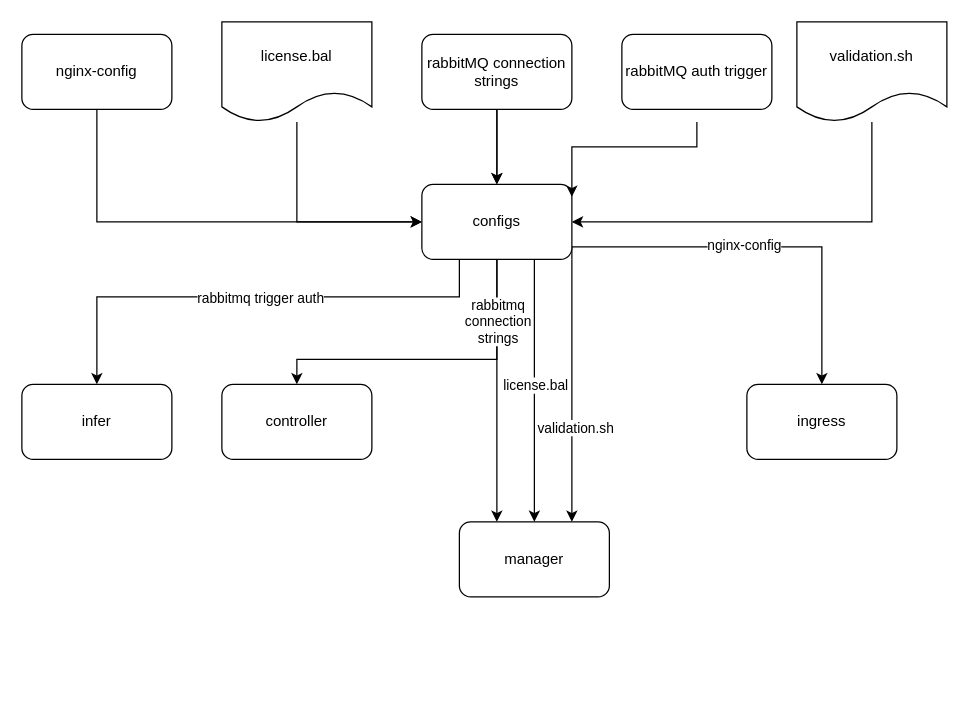
fredyeah/diagrams keeps this draw.io diagram as ssot-tf-modules.drawio. Above is the earlier version. Source tidied: cells renumbered, new cells numbered last; positions are measured from the earlier drawing's top-left corner, leaving out a move shared by most shapes. Both pictures are drawn from the tidied source at 125%, with x=0, y=0 at pixel (21, 21).
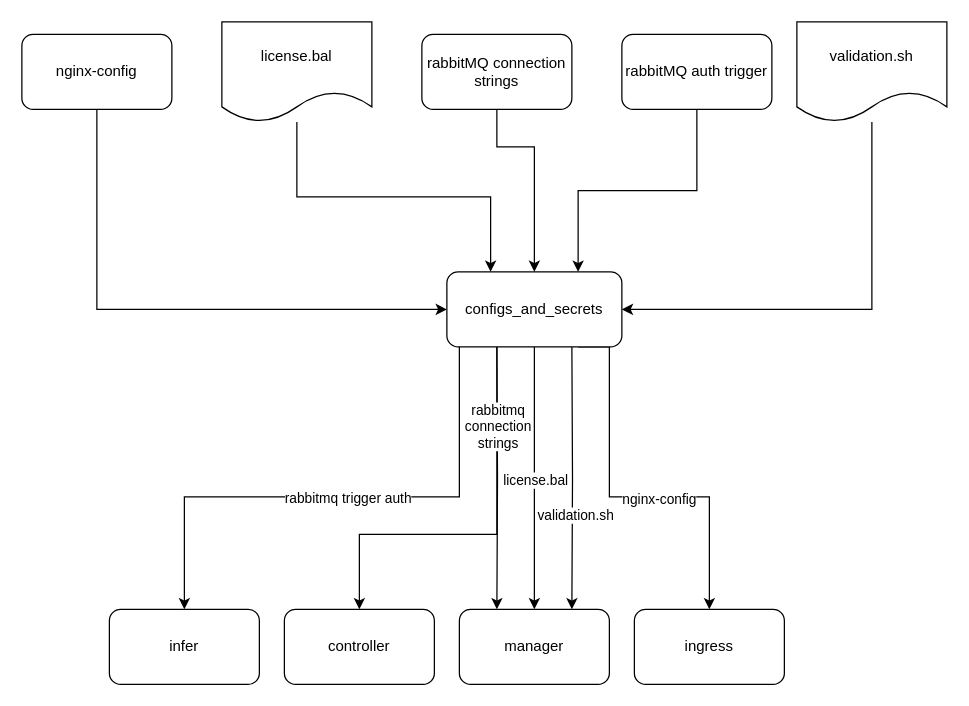
After the change.

The change refers to these unchanged cells:
```xml
<mxCell id="4" value="rabbitMQ connection strings" style="rounded=1;whiteSpace=wrap;html=1;" parent="1" vertex="1">
  <mxGeometry x="320" y="10" width="120" height="60" as="geometry" />
</mxCell>
<mxCell id="21" value="license.bal" style="shape=document;whiteSpace=wrap;html=1;boundedLbl=1;" parent="1" vertex="1">
  <mxGeometry x="160" width="120" height="80" as="geometry" />
</mxCell>
<mxCell id="23" value="validation.sh" style="shape=document;whiteSpace=wrap;html=1;boundedLbl=1;" parent="1" vertex="1">
  <mxGeometry x="620" width="120" height="80" as="geometry" />
</mxCell>
<mxCell id="25" value="nginx-config" style="rounded=1;whiteSpace=wrap;html=1;" parent="1" vertex="1">
  <mxGeometry y="10" width="120" height="60" as="geometry" />
</mxCell>
<mxCell id="28" value="rabbitMQ auth trigger" style="rounded=1;whiteSpace=wrap;html=1;" parent="1" vertex="1">
  <mxGeometry x="480" y="10" width="120" height="60" as="geometry" />
</mxCell>
```

The edit, as a diff of the source:
```diff
@@
-    <mxCell id="2" style="edgeStyle=orthogonalEdgeStyle;rounded=0;jettySize=auto;html=1;entryX=0.5;entryY=0;entryDx=0;entryDy=0;" parent="1" edge="1" source="4" target="16">
-      <mxGeometry relative="1" as="geometry" />
-    </mxCell>
-    <mxCell id="3" style="edgeStyle=orthogonalEdgeStyle;rounded=0;jettySize=auto;html=1;" parent="1" edge="1" source="4" target="16">
-      <mxGeometry relative="1" as="geometry" />
-    </mxCell>
+    <mxCell id="29" style="edgeStyle=orthogonalEdgeStyle;rounded=0;jettySize=auto;html=1;entryX=0.5;entryY=0;entryDx=0;entryDy=0;" parent="1" edge="1" source="4" target="35">
+      <mxGeometry relative="1" as="geometry">
+        <Array as="points">
+          <mxPoint x="380" y="100" />
+          <mxPoint x="410" y="100" />
+        </Array>
+      </mxGeometry>
+    </mxCell>
@@
-    <mxCell id="5" style="edgeStyle=orthogonalEdgeStyle;rounded=0;jettySize=auto;html=1;entryX=0.25;entryY=0;entryDx=0;entryDy=0;" parent="1" edge="1" source="16" target="18">
-      <mxGeometry relative="1" as="geometry" />
+    <mxCell id="5" style="edgeStyle=orthogonalEdgeStyle;rounded=0;jettySize=auto;html=1;entryX=0.25;entryY=0;entryDx=0;entryDy=0;" parent="1" edge="1" target="18">
+      <mxGeometry relative="1" as="geometry">
+        <mxPoint x="380" y="260" as="sourcePoint" />
+      </mxGeometry>
     </mxCell>
-    <mxCell id="6" style="edgeStyle=orthogonalEdgeStyle;rounded=0;jettySize=auto;html=1;entryX=0.5;entryY=0;entryDx=0;entryDy=0;" parent="1" edge="1" source="16" target="17">
+    <mxCell id="6" style="edgeStyle=orthogonalEdgeStyle;rounded=0;jettySize=auto;html=1;entryX=0.5;entryY=0;entryDx=0;entryDy=0;" parent="1" edge="1" target="17">
       <mxGeometry relative="1" as="geometry">
+        <mxPoint x="380" y="260" as="sourcePoint" />
         <Array as="points">
-          <mxPoint x="380" y="270" />
-          <mxPoint x="220" y="270" />
+          <mxPoint x="380" y="410" />
+          <mxPoint x="270" y="410" />
         </Array>
       </mxGeometry>
     </mxCell>
@@
-    <mxCell id="8" style="edgeStyle=orthogonalEdgeStyle;rounded=0;jettySize=auto;html=1;entryX=0.5;entryY=0;entryDx=0;entryDy=0;" parent="1" edge="1" source="16" target="26">
+    <mxCell id="8" style="edgeStyle=orthogonalEdgeStyle;rounded=0;jettySize=auto;html=1;entryX=0.5;entryY=0;entryDx=0;entryDy=0;" parent="1" edge="1" target="26">
       <mxGeometry relative="1" as="geometry">
+        <mxPoint x="350" y="260" as="sourcePoint" />
         <Array as="points">
-          <mxPoint x="350" y="220" />
-          <mxPoint x="60" y="220" />
+          <mxPoint x="350" y="380" />
+          <mxPoint x="130" y="380" />
         </Array>
       </mxGeometry>
     </mxCell>
@@
-    <mxCell id="10" style="edgeStyle=orthogonalEdgeStyle;rounded=0;orthogonalLoop=1;jettySize=auto;html=1;entryX=0.5;entryY=0;entryDx=0;entryDy=0;exitX=0.75;exitY=1;exitDx=0;exitDy=0;" parent="1" edge="1">
+    <mxCell id="10" style="edgeStyle=orthogonalEdgeStyle;rounded=0;orthogonalLoop=1;jettySize=auto;html=1;entryX=0.5;entryY=0;entryDx=0;entryDy=0;" parent="1" edge="1">
       <mxGeometry relative="1" as="geometry">
-        <mxPoint x="400" y="190" as="sourcePoint" />
-        <mxPoint x="410" y="400" as="targetPoint" />
+        <mxPoint x="410" y="260" as="sourcePoint" />
+        <mxPoint x="410" y="470" as="targetPoint" />
         <Array as="points">
-          <mxPoint x="410" y="190" />
+          <mxPoint x="410" y="260" />
         </Array>
       </mxGeometry>
     </mxCell>
@@
-    <mxCell id="12" style="edgeStyle=orthogonalEdgeStyle;rounded=0;jettySize=auto;html=1;exitX=1;exitY=1;exitDx=0;exitDy=0;entryX=0.5;entryY=0;entryDx=0;entryDy=0;" parent="1" edge="1" source="16" target="19">
-      <mxGeometry relative="1" as="geometry">
-        <Array as="points">
-          <mxPoint x="440" y="180" />
-          <mxPoint x="640" y="180" />
-        </Array>
-      </mxGeometry>
-    </mxCell>
-    <mxCell id="13" value="nginx-config" style="edgeLabel;html=1;align=center;verticalAlign=middle;" parent="12" vertex="1">
-      <mxGeometry x="-0.08" y="2" relative="1" as="geometry" />
-    </mxCell>
-    <mxCell id="14" style="edgeStyle=orthogonalEdgeStyle;rounded=0;jettySize=auto;html=1;exitX=1;exitY=1;exitDx=0;exitDy=0;entryX=0.75;entryY=0;entryDx=0;entryDy=0;" parent="1" edge="1" source="16" target="18">
-      <mxGeometry relative="1" as="geometry" />
+    <mxCell id="14" style="edgeStyle=orthogonalEdgeStyle;rounded=0;jettySize=auto;html=1;exitX=1;exitY=1;exitDx=0;exitDy=0;entryX=0.75;entryY=0;entryDx=0;entryDy=0;" parent="1" edge="1" target="18">
+      <mxGeometry relative="1" as="geometry">
+        <mxPoint x="440" y="260" as="sourcePoint" />
+      </mxGeometry>
     </mxCell>
@@
-    <mxCell id="16" value="configs" style="rounded=1;whiteSpace=wrap;html=1;" parent="1" vertex="1">
-      <mxGeometry x="320" y="130" width="120" height="60" as="geometry" />
-    </mxCell>
     <mxCell id="17" value="controller" style="rounded=1;whiteSpace=wrap;html=1;" parent="1" vertex="1">
-      <mxGeometry x="160" y="290" width="120" height="60" as="geometry" />
+      <mxGeometry x="210" y="470" width="120" height="60" as="geometry" />
     </mxCell>
     <mxCell id="18" value="manager" style="rounded=1;whiteSpace=wrap;html=1;" parent="1" vertex="1">
-      <mxGeometry x="350" y="400" width="120" height="60" as="geometry" />
+      <mxGeometry x="350" y="470" width="120" height="60" as="geometry" />
     </mxCell>
     <mxCell id="19" value="ingress" style="rounded=1;whiteSpace=wrap;html=1;" parent="1" vertex="1">
-      <mxGeometry x="580" y="290" width="120" height="60" as="geometry" />
+      <mxGeometry x="490" y="470" width="120" height="60" as="geometry" />
     </mxCell>
-    <mxCell id="20" style="edgeStyle=orthogonalEdgeStyle;rounded=0;jettySize=auto;html=1;entryX=0;entryY=0.5;entryDx=0;entryDy=0;" parent="1" edge="1" source="21" target="16">
-      <mxGeometry relative="1" as="geometry">
-        <Array as="points">
-          <mxPoint x="220" y="160" />
-        </Array>
-      </mxGeometry>
-    </mxCell>
+    <mxCell id="30" style="edgeStyle=orthogonalEdgeStyle;rounded=0;jettySize=auto;html=1;entryX=0.25;entryY=0;entryDx=0;entryDy=0;" parent="1" edge="1" source="21" target="35">
+      <mxGeometry relative="1" as="geometry">
+        <Array as="points">
+          <mxPoint x="220" y="140" />
+          <mxPoint x="375" y="140" />
+        </Array>
+      </mxGeometry>
+    </mxCell>
@@
-    <mxCell id="22" style="edgeStyle=orthogonalEdgeStyle;rounded=0;jettySize=auto;html=1;entryX=1;entryY=0.5;entryDx=0;entryDy=0;" parent="1" edge="1" source="23" target="16">
-      <mxGeometry relative="1" as="geometry">
-        <Array as="points">
-          <mxPoint x="680" y="160" />
-        </Array>
-      </mxGeometry>
-    </mxCell>
+    <mxCell id="31" style="edgeStyle=orthogonalEdgeStyle;rounded=0;jettySize=auto;html=1;entryX=1;entryY=0.5;entryDx=0;entryDy=0;" parent="1" edge="1" source="23" target="35">
+      <mxGeometry relative="1" as="geometry">
+        <Array as="points">
+          <mxPoint x="680" y="230" />
+        </Array>
+      </mxGeometry>
+    </mxCell>
@@
-    <mxCell id="24" style="edgeStyle=orthogonalEdgeStyle;rounded=0;jettySize=auto;html=1;entryX=0;entryY=0.5;entryDx=0;entryDy=0;" parent="1" edge="1" source="25" target="16">
-      <mxGeometry relative="1" as="geometry">
-        <Array as="points">
-          <mxPoint x="60" y="160" />
-        </Array>
-      </mxGeometry>
-    </mxCell>
+    <mxCell id="32" style="edgeStyle=orthogonalEdgeStyle;rounded=0;jettySize=auto;html=1;entryX=0;entryY=0.5;entryDx=0;entryDy=0;" parent="1" edge="1" source="25" target="35">
+      <mxGeometry relative="1" as="geometry">
+        <Array as="points">
+          <mxPoint x="60" y="230" />
+        </Array>
+      </mxGeometry>
+    </mxCell>
@@
     <mxCell id="26" value="infer" style="rounded=1;whiteSpace=wrap;html=1;" parent="1" vertex="1">
-      <mxGeometry y="290" width="120" height="60" as="geometry" />
+      <mxGeometry x="70" y="470" width="120" height="60" as="geometry" />
     </mxCell>
-    <mxCell id="27" style="edgeStyle=orthogonalEdgeStyle;rounded=0;orthogonalLoop=1;jettySize=auto;html=1;entryX=1;entryY=0;entryDx=0;entryDy=0;" parent="1" edge="1">
-      <mxGeometry relative="1" as="geometry">
-        <mxPoint x="540" y="80" as="sourcePoint" />
-        <mxPoint x="440" y="140" as="targetPoint" />
-        <Array as="points">
-          <mxPoint x="540" y="100" />
-          <mxPoint x="440" y="100" />
-        </Array>
-      </mxGeometry>
-    </mxCell>
+    <mxCell id="33" style="edgeStyle=orthogonalEdgeStyle;rounded=0;jettySize=auto;html=1;entryX=0.75;entryY=0;entryDx=0;entryDy=0;" parent="1" edge="1" source="28" target="35">
+      <mxGeometry relative="1" as="geometry" />
+    </mxCell>
@@
+    <mxCell id="34" style="edgeStyle=orthogonalEdgeStyle;rounded=0;jettySize=auto;html=1;exitX=0.75;exitY=1;exitDx=0;exitDy=0;entryX=0.5;entryY=0;entryDx=0;entryDy=0;" parent="1" edge="1" source="35" target="19">
+      <mxGeometry relative="1" as="geometry">
+        <Array as="points">
+          <mxPoint x="470" y="260" />
+          <mxPoint x="470" y="380" />
+          <mxPoint x="550" y="380" />
+        </Array>
+      </mxGeometry>
+    </mxCell>
+    <mxCell id="13" value="nginx-config" style="edgeLabel;html=1;align=center;verticalAlign=middle;" parent="34" vertex="1">
+      <mxGeometry x="0.17" y="-1" relative="1" as="geometry" />
+    </mxCell>
+    <mxCell id="35" value="configs_and_secrets" style="rounded=1;whiteSpace=wrap;html=1;" parent="1" vertex="1">
+      <mxGeometry x="340" y="200" width="140" height="60" as="geometry" />
+    </mxCell>
```
